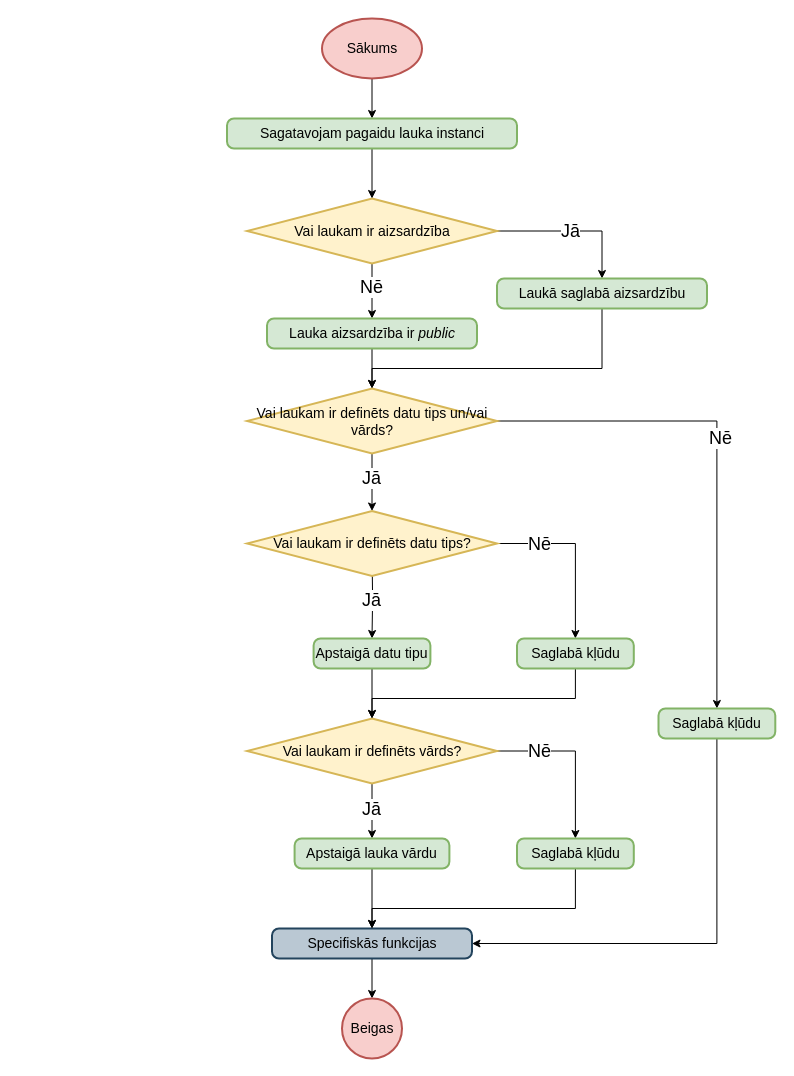
This is page "Lauka pamatkompilēšana" (2 of 5) of src/Qualification project/Documentation/Diagrammas/Kompilators/Lauki un mainīgie.drawio from artiks12/webAppOS, a draw.io file, before an edit. Source tidied: cells renumbered, new cells numbered last; positions are measured from the earlier drawing's top-left corner, leaving out a move shared by most shapes. Both pictures are drawn from the tidied source at 100%, with x=0, y=0 at pixel (227, 18).
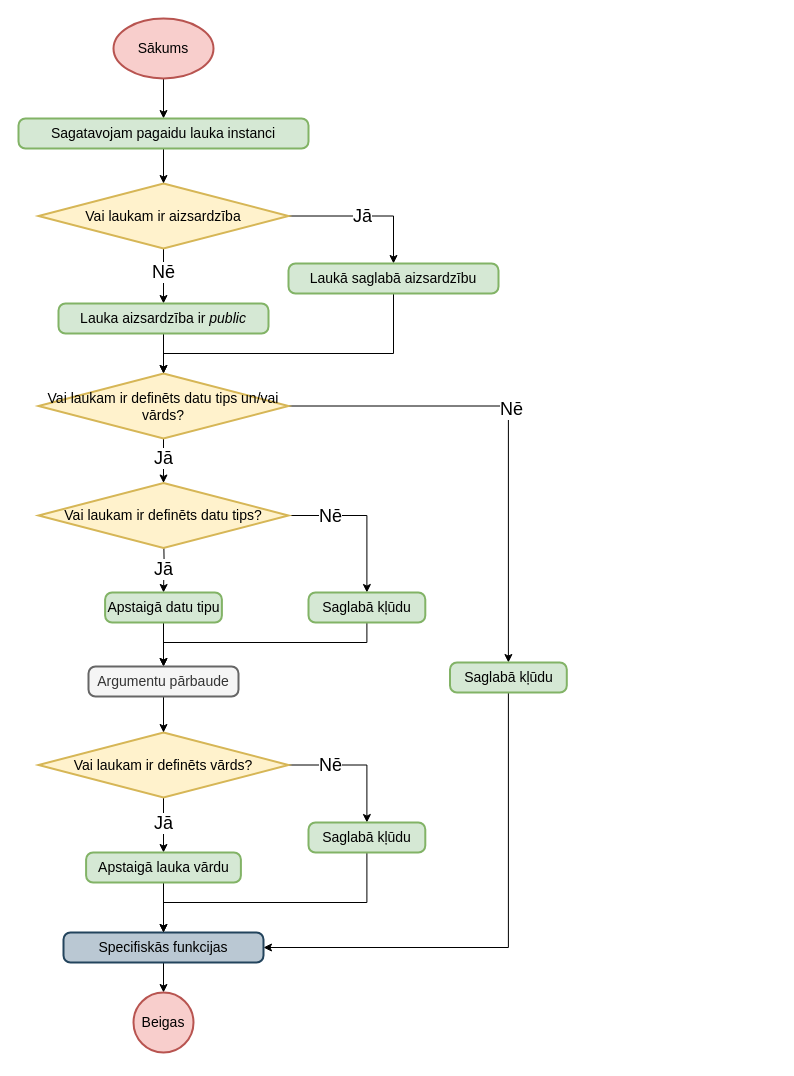
The same diagram, later.

What changed in the source:
```diff
@@
     <mxCell id="3" value="Sākums" style="strokeWidth=2;html=1;shape=mxgraph.flowchart.start_1;whiteSpace=wrap;fontSize=14;fillColor=#f8cecc;strokeColor=#b85450;" parent="1" vertex="1">
-      <mxGeometry x="94.5" width="100" height="60" as="geometry" />
+      <mxGeometry x="-114" width="100" height="60" as="geometry" />
     </mxCell>
     <mxCell id="4" style="edgeStyle=orthogonalEdgeStyle;rounded=0;jettySize=auto;html=1;exitX=1;exitY=0.5;exitDx=0;exitDy=0;exitPerimeter=0;entryX=0.5;entryY=0;entryDx=0;entryDy=0;" parent="1" edge="1" source="8" target="12">
       <mxGeometry relative="1" as="geometry">
         <Array as="points">
-          <mxPoint x="375" y="213" />
+          <mxPoint x="166.5" y="198" />
         </Array>
       </mxGeometry>
     </mxCell>
@@
     <mxCell id="8" value="Vai laukam ir aizsardzība" style="strokeWidth=2;html=1;shape=mxgraph.flowchart.decision;whiteSpace=wrap;fontSize=14;fillColor=#fff2cc;strokeColor=#d6b656;" parent="1" vertex="1">
-      <mxGeometry x="19.5" y="180" width="250" height="65" as="geometry" />
+      <mxGeometry x="-189" y="165" width="250" height="65" as="geometry" />
     </mxCell>
@@
     <mxCell id="10" value="Sagatavojam pagaidu lauka instanci" style="rounded=1;whiteSpace=wrap;html=1;absoluteArcSize=1;arcSize=14;strokeWidth=2;fontSize=14;fillColor=#d5e8d4;strokeColor=#82b366;" parent="1" vertex="1">
-      <mxGeometry x="-0.5" y="100" width="290" height="30" as="geometry" />
+      <mxGeometry x="-209" y="100" width="290" height="30" as="geometry" />
     </mxCell>
     <mxCell id="11" style="edgeStyle=orthogonalEdgeStyle;rounded=0;jettySize=auto;html=1;entryX=0.5;entryY=0;entryDx=0;entryDy=0;entryPerimeter=0;exitX=0.5;exitY=1;exitDx=0;exitDy=0;" parent="1" edge="1" source="12" target="17">
       <mxGeometry relative="1" as="geometry">
         <Array as="points">
-          <mxPoint x="375" y="350" />
-          <mxPoint x="145" y="350" />
+          <mxPoint x="166.5" y="335" />
+          <mxPoint x="-63.5" y="335" />
         </Array>
       </mxGeometry>
     </mxCell>
     <mxCell id="12" value="Laukā saglabā aizsardzību" style="rounded=1;whiteSpace=wrap;html=1;absoluteArcSize=1;arcSize=14;strokeWidth=2;fontSize=14;fillColor=#d5e8d4;strokeColor=#82b366;" parent="1" vertex="1">
-      <mxGeometry x="269.5" y="260" width="210" height="30" as="geometry" />
+      <mxGeometry x="61" y="245" width="210" height="30" as="geometry" />
     </mxCell>
     <mxCell id="13" style="edgeStyle=orthogonalEdgeStyle;rounded=0;jettySize=auto;html=1;exitX=1;exitY=0.5;exitDx=0;exitDy=0;exitPerimeter=0;entryX=0.5;entryY=0;entryDx=0;entryDy=0;" parent="1" edge="1" source="17" target="20">
       <mxGeometry relative="1" as="geometry">
         <Array as="points">
-          <mxPoint x="489" y="403" />
+          <mxPoint x="280.5" y="388" />
         </Array>
       </mxGeometry>
     </mxCell>
@@
     <mxCell id="17" value="Vai laukam ir definēts datu tips un/vai vārds?" style="strokeWidth=2;html=1;shape=mxgraph.flowchart.decision;whiteSpace=wrap;fontSize=14;fillColor=#fff2cc;strokeColor=#d6b656;" parent="1" vertex="1">
-      <mxGeometry x="19.5" y="370" width="250" height="65" as="geometry" />
+      <mxGeometry x="-189" y="355" width="250" height="65" as="geometry" />
     </mxCell>
     <mxCell id="18" style="edgeStyle=orthogonalEdgeStyle;rounded=0;jettySize=auto;html=1;entryX=0.5;entryY=0;entryDx=0;entryDy=0;" parent="1" edge="1" target="30">
       <mxGeometry relative="1" as="geometry">
-        <mxPoint x="144.6" y="540" as="sourcePoint" />
+        <mxPoint x="-63.9" y="512" as="sourcePoint" />
       </mxGeometry>
     </mxCell>
@@
     <mxCell id="20" value="Saglabā kļūdu" style="rounded=1;whiteSpace=wrap;html=1;absoluteArcSize=1;arcSize=14;strokeWidth=2;fontSize=14;fillColor=#d5e8d4;strokeColor=#82b366;" parent="1" vertex="1">
-      <mxGeometry x="431" y="690" width="116.8" height="30" as="geometry" />
+      <mxGeometry x="222.5" y="644" width="116.8" height="30" as="geometry" />
     </mxCell>
@@
     <mxCell id="22" value="Specifiskās funkcijas" style="rounded=1;whiteSpace=wrap;html=1;absoluteArcSize=1;arcSize=14;strokeWidth=2;fontSize=14;fillColor=#bac8d3;strokeColor=#23445d;" parent="1" vertex="1">
-      <mxGeometry x="44.5" y="910" width="200" height="30" as="geometry" />
+      <mxGeometry x="-164" y="914" width="200" height="30" as="geometry" />
     </mxCell>
     <mxCell id="23" value="Beigas" style="strokeWidth=2;html=1;shape=mxgraph.flowchart.start_2;whiteSpace=wrap;fontSize=14;fillColor=#f8cecc;strokeColor=#b85450;" parent="1" vertex="1">
-      <mxGeometry x="114.5" y="980" width="60" height="60" as="geometry" />
+      <mxGeometry x="-94" y="974" width="60" height="60" as="geometry" />
     </mxCell>
@@
     <mxCell id="25" value="Vai laukam ir definēts datu tips?" style="strokeWidth=2;html=1;shape=mxgraph.flowchart.decision;whiteSpace=wrap;fontSize=14;fillColor=#fff2cc;strokeColor=#d6b656;" parent="1" vertex="1">
-      <mxGeometry x="19.5" y="492.5" width="250" height="65" as="geometry" />
+      <mxGeometry x="-189" y="464.5" width="250" height="65" as="geometry" />
     </mxCell>
@@
     <mxCell id="28" value="Vai laukam ir definēts vārds?" style="strokeWidth=2;html=1;shape=mxgraph.flowchart.decision;whiteSpace=wrap;fontSize=14;fillColor=#fff2cc;strokeColor=#d6b656;" parent="1" vertex="1">
-      <mxGeometry x="19.5" y="700" width="250" height="65" as="geometry" />
+      <mxGeometry x="-189" y="714" width="250" height="65" as="geometry" />
     </mxCell>
-    <mxCell id="29" style="edgeStyle=orthogonalEdgeStyle;rounded=0;jettySize=auto;html=1;entryX=0.5;entryY=0;entryDx=0;entryDy=0;entryPerimeter=0;" parent="1" edge="1" source="30" target="28">
+    <mxCell id="29" style="edgeStyle=orthogonalEdgeStyle;rounded=0;jettySize=auto;html=1;entryX=0.5;entryY=0;entryDx=0;entryDy=0;" parent="1" edge="1" source="30" target="44">
       <mxGeometry relative="1" as="geometry" />
     </mxCell>
     <mxCell id="30" value="Apstaigā datu tipu" style="rounded=1;whiteSpace=wrap;html=1;absoluteArcSize=1;arcSize=14;strokeWidth=2;fontSize=14;fillColor=#d5e8d4;strokeColor=#82b366;" parent="1" vertex="1">
-      <mxGeometry x="86.1" y="620" width="116.8" height="30" as="geometry" />
+      <mxGeometry x="-122.4" y="574" width="116.8" height="30" as="geometry" />
     </mxCell>
     <mxCell id="31" value="&lt;font style=&quot;font-size: 18px&quot;&gt;Jā&lt;/font&gt;" style="edgeLabel;html=1;align=center;verticalAlign=middle;" parent="1" vertex="1">
-      <mxGeometry x="143.5" y="581" as="geometry" />
+      <mxGeometry x="-65" y="550" as="geometry" />
     </mxCell>
@@
     <mxCell id="33" value="Apstaigā lauka vārdu" style="rounded=1;whiteSpace=wrap;html=1;absoluteArcSize=1;arcSize=14;strokeWidth=2;fontSize=14;fillColor=#d5e8d4;strokeColor=#82b366;" parent="1" vertex="1">
-      <mxGeometry x="67.1" y="820" width="154.8" height="30" as="geometry" />
+      <mxGeometry x="-141.4" y="834" width="154.8" height="30" as="geometry" />
     </mxCell>
-    <mxCell id="34" style="edgeStyle=orthogonalEdgeStyle;rounded=0;jettySize=auto;html=1;entryX=0.5;entryY=0;entryDx=0;entryDy=0;entryPerimeter=0;exitX=0.5;exitY=1;exitDx=0;exitDy=0;" parent="1" edge="1" source="35" target="28">
+    <mxCell id="34" style="edgeStyle=orthogonalEdgeStyle;rounded=0;jettySize=auto;html=1;entryX=0.5;entryY=0;entryDx=0;entryDy=0;exitX=0.5;exitY=1;exitDx=0;exitDy=0;" parent="1" edge="1" source="35" target="44">
       <mxGeometry relative="1" as="geometry">
         <Array as="points">
-          <mxPoint x="348" y="680" />
-          <mxPoint x="145" y="680" />
+          <mxPoint x="139.5" y="624" />
+          <mxPoint x="-63.5" y="624" />
         </Array>
       </mxGeometry>
     </mxCell>
     <mxCell id="35" value="Saglabā kļūdu" style="rounded=1;whiteSpace=wrap;html=1;absoluteArcSize=1;arcSize=14;strokeWidth=2;fontSize=14;fillColor=#d5e8d4;strokeColor=#82b366;" parent="1" vertex="1">
-      <mxGeometry x="289.5" y="620" width="116.8" height="30" as="geometry" />
+      <mxGeometry x="81" y="574" width="116.8" height="30" as="geometry" />
     </mxCell>
     <mxCell id="36" value="&lt;font style=&quot;font-size: 18px&quot;&gt;Jā&lt;/font&gt;" style="edgeLabel;html=1;align=center;verticalAlign=middle;" parent="1" vertex="1">
-      <mxGeometry x="143.5" y="790" as="geometry" />
+      <mxGeometry x="-65" y="804" as="geometry" />
     </mxCell>
     <mxCell id="37" value="&lt;font style=&quot;font-size: 18px&quot;&gt;Nē&lt;/font&gt;" style="edgeLabel;html=1;align=center;verticalAlign=middle;" parent="1" vertex="1">
-      <mxGeometry x="311" y="525" as="geometry" />
+      <mxGeometry x="102.5" y="497" as="geometry" />
     </mxCell>
     <mxCell id="38" style="edgeStyle=orthogonalEdgeStyle;rounded=0;jettySize=auto;html=1;entryX=0.5;entryY=0;entryDx=0;entryDy=0;" parent="1" edge="1" source="39" target="22">
       <mxGeometry relative="1" as="geometry">
         <Array as="points">
-          <mxPoint x="348" y="890" />
-          <mxPoint x="145" y="890" />
+          <mxPoint x="139.5" y="884" />
+          <mxPoint x="-64.5" y="884" />
         </Array>
       </mxGeometry>
     </mxCell>
     <mxCell id="39" value="Saglabā kļūdu" style="rounded=1;whiteSpace=wrap;html=1;absoluteArcSize=1;arcSize=14;strokeWidth=2;fontSize=14;fillColor=#d5e8d4;strokeColor=#82b366;" parent="1" vertex="1">
-      <mxGeometry x="289.5" y="820" width="116.8" height="30" as="geometry" />
+      <mxGeometry x="81" y="804" width="116.8" height="30" as="geometry" />
     </mxCell>
     <mxCell id="40" value="&lt;font style=&quot;font-size: 18px&quot;&gt;Nē&lt;/font&gt;" style="edgeLabel;html=1;align=center;verticalAlign=middle;" parent="1" vertex="1">
-      <mxGeometry x="311" y="732.5" as="geometry" />
+      <mxGeometry x="102.5" y="746.5" as="geometry" />
     </mxCell>
@@
     <mxCell id="42" value="Lauka aizsardzība ir &lt;i&gt;public&lt;/i&gt;" style="rounded=1;whiteSpace=wrap;html=1;absoluteArcSize=1;arcSize=14;strokeWidth=2;fontSize=14;fillColor=#d5e8d4;strokeColor=#82b366;" parent="1" vertex="1">
-      <mxGeometry x="39.5" y="300" width="210" height="30" as="geometry" />
+      <mxGeometry x="-169" y="285" width="210" height="30" as="geometry" />
     </mxCell>
+    <mxCell id="43" style="edgeStyle=orthogonalEdgeStyle;rounded=0;jettySize=auto;html=1;entryX=0.5;entryY=0;entryDx=0;entryDy=0;entryPerimeter=0;fontSize=18;" parent="1" edge="1" source="44" target="28">
+      <mxGeometry relative="1" as="geometry" />
+    </mxCell>
+    <mxCell id="44" value="Argumentu pārbaude" style="rounded=1;whiteSpace=wrap;html=1;absoluteArcSize=1;arcSize=14;strokeWidth=2;fontSize=14;fillColor=#f5f5f5;strokeColor=#666666;fontColor=#333333;" parent="1" vertex="1">
+      <mxGeometry x="-139" y="648" width="150" height="30" as="geometry" />
+    </mxCell>
```
